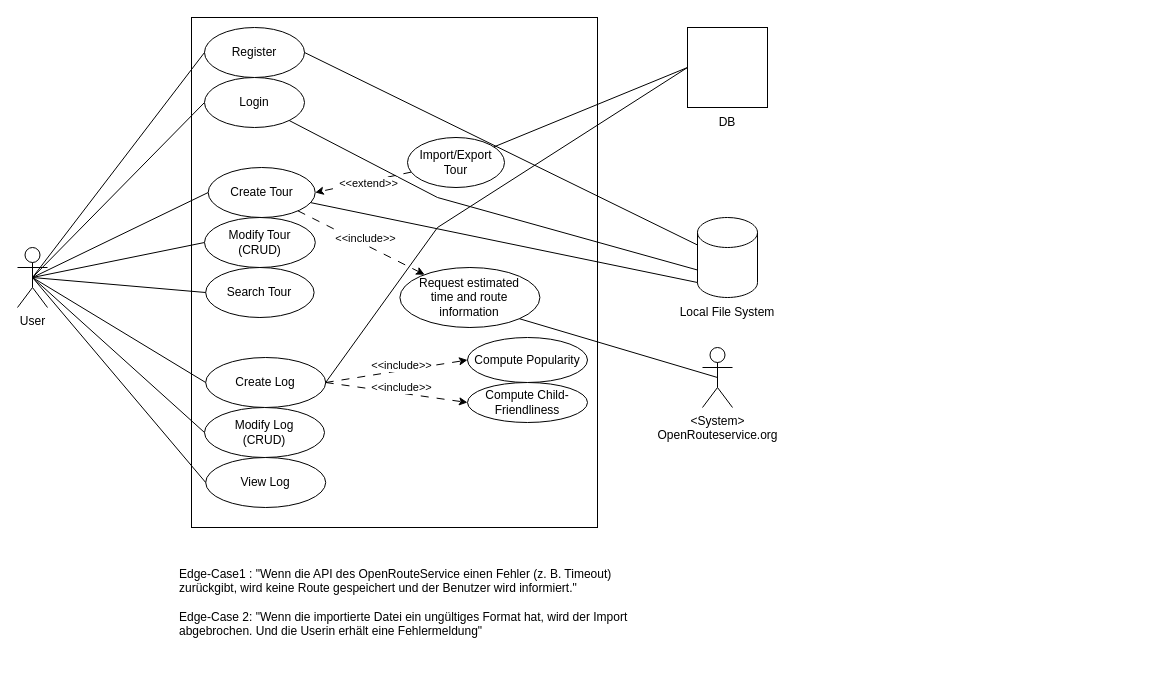
Earlier version of the draw.io diagram UseCase-Diagramm.drawio (ykay12/tourplanner). Source tidied: cells renumbered, new cells numbered last; positions are measured from the earlier drawing's top-left corner, leaving out a move shared by most shapes. Both pictures are drawn from the tidied source at 100%, with x=0, y=0 at pixel (17, 17).
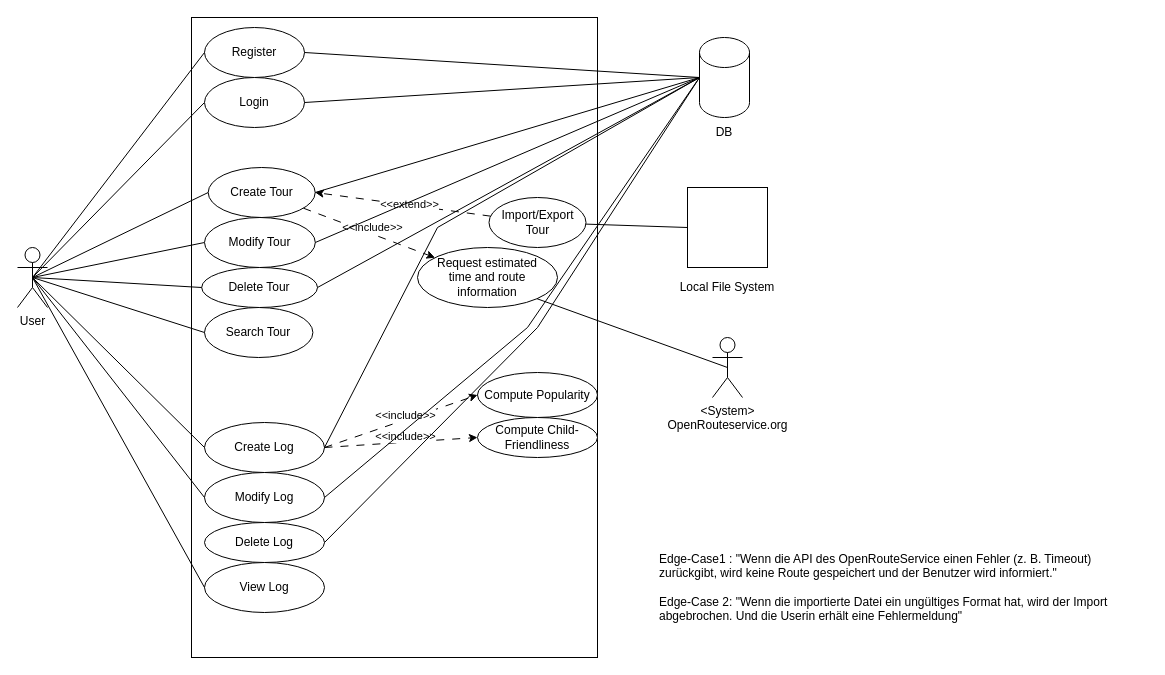
Above is the later version.

The change refers to these unchanged cells:
```xml
<mxCell id="6" value="User" style="shape=umlActor;verticalLabelPosition=bottom;verticalAlign=top;html=1;outlineConnect=0;" parent="1" vertex="1">
  <mxGeometry y="230" width="30" height="60" as="geometry" />
</mxCell>
<mxCell id="9" value="Register" style="ellipse;whiteSpace=wrap;html=1;" parent="1" vertex="1">
  <mxGeometry x="187" y="10" width="100" height="50" as="geometry" />
</mxCell>
<mxCell id="13" value="Login" style="ellipse;whiteSpace=wrap;html=1;" parent="1" vertex="1">
  <mxGeometry x="187" y="60" width="100" height="50" as="geometry" />
</mxCell>
<mxCell id="17" value="Create Tour" style="ellipse;whiteSpace=wrap;html=1;" parent="1" vertex="1">
  <mxGeometry x="190.7" y="150" width="107" height="50" as="geometry" />
</mxCell>
```

Change to the diagram source:
```diff
@@
     <mxCell id="2" style="rounded=0;whiteSpace=wrap;html=1;" parent="1" vertex="1">
-      <mxGeometry x="174" width="406" height="510" as="geometry" />
+      <mxGeometry x="174" width="406" height="640" as="geometry" />
     </mxCell>
@@
     <mxCell id="7" value="&lt;div&gt;&amp;lt;System&amp;gt;&lt;/div&gt;OpenRouteservice.org&lt;div&gt;&lt;br&gt;&lt;/div&gt;" style="shape=umlActor;verticalLabelPosition=bottom;verticalAlign=top;html=1;outlineConnect=0;" parent="1" vertex="1">
-      <mxGeometry x="685" y="330" width="30" height="60" as="geometry" />
+      <mxGeometry x="695" y="320" width="30" height="60" as="geometry" />
     </mxCell>
-    <mxCell id="8" style="shape=cylinder3;whiteSpace=wrap;html=1;boundedLbl=1;backgroundOutline=1;size=15;" parent="1" vertex="1">
-      <mxGeometry x="680" y="200" width="60" height="80" as="geometry" />
-    </mxCell>
@@
     <mxCell id="10" value="DB" style="text;html=1;whiteSpace=wrap;strokeColor=none;fillColor=none;align=center;verticalAlign=middle;rounded=0;" parent="1" vertex="1">
-      <mxGeometry x="680" y="90" width="60" height="30" as="geometry" />
+      <mxGeometry x="677" y="100" width="60" height="30" as="geometry" />
     </mxCell>
@@
-    <mxCell id="12" style="rounded=0;jettySize=auto;html=1;entryX=0;entryY=0;entryDx=0;entryDy=27.5;entryPerimeter=0;endArrow=none;endFill=0;exitX=1;exitY=0.5;exitDx=0;exitDy=0;" parent="1" edge="1" source="9" target="8">
-      <mxGeometry relative="1" as="geometry" />
-    </mxCell>
@@
-    <mxCell id="14" style="rounded=0;jettySize=auto;html=1;entryX=0;entryY=0;entryDx=0;entryDy=52.5;entryPerimeter=0;endArrow=none;endFill=0;" parent="1" edge="1" source="13" target="8">
-      <mxGeometry relative="1" as="geometry">
-        <Array as="points">
-          <mxPoint x="420" y="180" />
-        </Array>
-      </mxGeometry>
-    </mxCell>
@@
-    <mxCell id="20" style="rounded=0;jettySize=auto;html=1;endArrow=none;endFill=0;entryX=0;entryY=0.5;entryDx=0;entryDy=0;" parent="1" edge="1" source="21" target="24">
+    <mxCell id="20" style="rounded=0;jettySize=auto;html=1;endArrow=none;endFill=0;entryX=0;entryY=0.5;entryDx=0;entryDy=0;" parent="1" edge="1" source="21" target="54">
       <mxGeometry relative="1" as="geometry" />
     </mxCell>
     <mxCell id="21" value="Import/Export Tour" style="ellipse;whiteSpace=wrap;html=1;" parent="1" vertex="1">
-      <mxGeometry x="390" y="120" width="97" height="50" as="geometry" />
+      <mxGeometry x="471.5" y="180" width="97" height="50" as="geometry" />
     </mxCell>
-    <mxCell id="22" style="rounded=0;jettySize=auto;html=1;entryX=0;entryY=1;entryDx=0;entryDy=-15;entryPerimeter=0;endArrow=none;endFill=0;" parent="1" edge="1" source="17" target="8">
-      <mxGeometry relative="1" as="geometry" />
-    </mxCell>
-    <mxCell id="23" value="Modify Tour&lt;br&gt;(CRUD)" style="ellipse;whiteSpace=wrap;html=1;" parent="1" vertex="1">
+    <mxCell id="23" value="Modify Tour" style="ellipse;whiteSpace=wrap;html=1;" parent="1" vertex="1">
       <mxGeometry x="187" y="200" width="110.8" height="50" as="geometry" />
     </mxCell>
-    <mxCell id="24" style="rounded=0;whiteSpace=wrap;html=1;" parent="1" vertex="1">
-      <mxGeometry x="670" y="10" width="80" height="80" as="geometry" />
-    </mxCell>
     <mxCell id="25" value="Local File System" style="text;html=1;whiteSpace=wrap;strokeColor=none;fillColor=none;align=center;verticalAlign=middle;rounded=0;" parent="1" vertex="1">
-      <mxGeometry x="660" y="280" width="100" height="30" as="geometry" />
+      <mxGeometry x="660" y="255" width="100" height="30" as="geometry" />
     </mxCell>
     <mxCell id="26" value="Request&amp;nbsp;estimated&lt;br&gt;time and route information" style="ellipse;whiteSpace=wrap;html=1;" parent="1" vertex="1">
-      <mxGeometry x="382.4" y="250" width="140" height="60" as="geometry" />
+      <mxGeometry x="400" y="230" width="140" height="60" as="geometry" />
     </mxCell>
@@
     <mxCell id="28" value="Edge-Case1 : &quot;Wenn die API des OpenRouteService einen Fehler (z. B. Timeout) zurückgibt, wird keine Route gespeichert und der Benutzer wird informiert.&quot;&lt;div&gt;&lt;br&gt;&lt;/div&gt;&lt;div&gt;Edge-Case 2: &quot;Wenn die importierte Datei ein ungültiges Format hat, wird der Import abgebrochen. Und die Userin erhält eine Fehlermeldung&quot;&lt;/div&gt;" style="text;html=1;whiteSpace=wrap;strokeColor=none;fillColor=none;align=left;verticalAlign=middle;rounded=0;" parent="1" vertex="1">
-      <mxGeometry x="160" y="530" width="490" height="110" as="geometry" />
+      <mxGeometry x="640" y="515" width="490" height="110" as="geometry" />
     </mxCell>
     <mxCell id="29" value="&lt;div&gt;Search Tour&lt;/div&gt;" style="ellipse;whiteSpace=wrap;html=1;" parent="1" vertex="1">
-      <mxGeometry x="188.2" y="250" width="108.4" height="50" as="geometry" />
+      <mxGeometry x="187" y="290" width="108.4" height="50" as="geometry" />
     </mxCell>
@@
     <mxCell id="31" value="Create Log" style="ellipse;whiteSpace=wrap;html=1;" parent="1" vertex="1">
-      <mxGeometry x="188.2" y="340" width="120" height="50" as="geometry" />
+      <mxGeometry x="187" y="405" width="120" height="50" as="geometry" />
     </mxCell>
-    <mxCell id="32" value="&lt;div&gt;Modify Log&lt;/div&gt;&lt;div&gt;(CRUD)&lt;/div&gt;" style="ellipse;whiteSpace=wrap;html=1;" parent="1" vertex="1">
-      <mxGeometry x="187" y="390" width="120" height="50" as="geometry" />
+    <mxCell id="32" value="&lt;div&gt;Modify Log&lt;/div&gt;" style="ellipse;whiteSpace=wrap;html=1;" parent="1" vertex="1">
+      <mxGeometry x="187" y="455" width="120" height="50" as="geometry" />
     </mxCell>
     <mxCell id="33" value="View Log" style="ellipse;whiteSpace=wrap;html=1;" parent="1" vertex="1">
-      <mxGeometry x="188.2" y="440" width="120" height="50" as="geometry" />
+      <mxGeometry x="187" y="545" width="120" height="50" as="geometry" />
     </mxCell>
@@
     <mxCell id="37" value="&lt;div&gt;Compute Popularity&lt;/div&gt;" style="ellipse;whiteSpace=wrap;html=1;" parent="1" vertex="1">
-      <mxGeometry x="450" y="320" width="120" height="45" as="geometry" />
+      <mxGeometry x="460" y="355" width="120" height="45" as="geometry" />
     </mxCell>
     <mxCell id="38" value="Compute Child-Friendliness" style="ellipse;whiteSpace=wrap;html=1;" parent="1" vertex="1">
-      <mxGeometry x="450" y="365" width="120" height="40" as="geometry" />
+      <mxGeometry x="460" y="400" width="120" height="40" as="geometry" />
     </mxCell>
@@
-    <mxCell id="43" style="endArrow=none;html=1;rounded=0;entryX=0;entryY=0.5;entryDx=0;entryDy=0;exitX=1;exitY=0.5;exitDx=0;exitDy=0;" parent="1" edge="1" source="31" target="24">
+    <mxCell id="43" style="endArrow=none;html=1;rounded=0;entryX=0;entryY=0.5;entryDx=0;entryDy=0;exitX=1;exitY=0.5;exitDx=0;exitDy=0;entryPerimeter=0;" parent="1" edge="1" source="31" target="53">
       <mxGeometry relative="1" as="geometry">
         <Array as="points">
           <mxPoint x="420" y="210" />
         </Array>
       </mxGeometry>
     </mxCell>
+    <mxCell id="44" value="&lt;div&gt;Delete Tour&lt;/div&gt;" style="ellipse;whiteSpace=wrap;html=1;" parent="1" vertex="1">
+      <mxGeometry x="184.2" y="250" width="115.8" height="40" as="geometry" />
+    </mxCell>
+    <mxCell id="45" style="endArrow=none;html=1;rounded=0;entryX=0;entryY=0.5;entryDx=0;entryDy=0;exitX=1;exitY=0.5;exitDx=0;exitDy=0;entryPerimeter=0;" parent="1" edge="1" source="44" target="53">
+      <mxGeometry relative="1" as="geometry" />
+    </mxCell>
+    <mxCell id="46" style="endArrow=none;html=1;rounded=0;entryX=1;entryY=0.5;entryDx=0;entryDy=0;exitX=0;exitY=0.5;exitDx=0;exitDy=0;exitPerimeter=0;" parent="1" edge="1" source="53" target="17">
+      <mxGeometry relative="1" as="geometry" />
+    </mxCell>
+    <mxCell id="47" style="endArrow=none;html=1;rounded=0;entryX=0.5;entryY=0.5;entryDx=0;entryDy=0;entryPerimeter=0;exitX=0;exitY=0.5;exitDx=0;exitDy=0;" parent="1" edge="1" source="44" target="6">
+      <mxGeometry relative="1" as="geometry" />
+    </mxCell>
+    <mxCell id="48" value="&lt;div&gt;Delete Log&lt;/div&gt;" style="ellipse;whiteSpace=wrap;html=1;" parent="1" vertex="1">
+      <mxGeometry x="187" y="505" width="120" height="40" as="geometry" />
+    </mxCell>
+    <mxCell id="49" style="endArrow=none;html=1;rounded=0;entryX=0;entryY=0.5;entryDx=0;entryDy=0;exitX=1;exitY=0.5;exitDx=0;exitDy=0;entryPerimeter=0;" parent="1" edge="1" source="48" target="53">
+      <mxGeometry relative="1" as="geometry">
+        <Array as="points">
+          <mxPoint x="520" y="310" />
+        </Array>
+      </mxGeometry>
+    </mxCell>
+    <mxCell id="50" style="endArrow=none;html=1;rounded=0;entryX=1;entryY=0.5;entryDx=0;entryDy=0;exitX=0;exitY=0.5;exitDx=0;exitDy=0;exitPerimeter=0;" parent="1" edge="1" source="53" target="23">
+      <mxGeometry relative="1" as="geometry" />
+    </mxCell>
+    <mxCell id="51" style="endArrow=none;html=1;rounded=0;entryX=1;entryY=0.5;entryDx=0;entryDy=0;exitX=0;exitY=0.5;exitDx=0;exitDy=0;exitPerimeter=0;" parent="1" edge="1" source="53" target="9">
+      <mxGeometry relative="1" as="geometry" />
+    </mxCell>
+    <mxCell id="52" style="endArrow=none;html=1;rounded=0;entryX=1;entryY=0.5;entryDx=0;entryDy=0;exitX=0;exitY=0.5;exitDx=0;exitDy=0;exitPerimeter=0;" parent="1" edge="1" source="53" target="13">
+      <mxGeometry relative="1" as="geometry" />
+    </mxCell>
+    <mxCell id="53" style="shape=cylinder3;whiteSpace=wrap;html=1;boundedLbl=1;backgroundOutline=1;size=15;" parent="1" vertex="1">
+      <mxGeometry x="682" y="20" width="50" height="80" as="geometry" />
+    </mxCell>
+    <mxCell id="54" style="whiteSpace=wrap;html=1;" parent="1" vertex="1">
+      <mxGeometry x="670" y="170" width="80" height="80" as="geometry" />
+    </mxCell>
+    <mxCell id="55" style="endArrow=none;html=1;rounded=0;entryX=1;entryY=0.5;entryDx=0;entryDy=0;exitX=0;exitY=0.5;exitDx=0;exitDy=0;exitPerimeter=0;" parent="1" edge="1" source="53" target="32">
+      <mxGeometry relative="1" as="geometry">
+        <Array as="points">
+          <mxPoint x="510" y="310" />
+        </Array>
+      </mxGeometry>
+    </mxCell>
```
